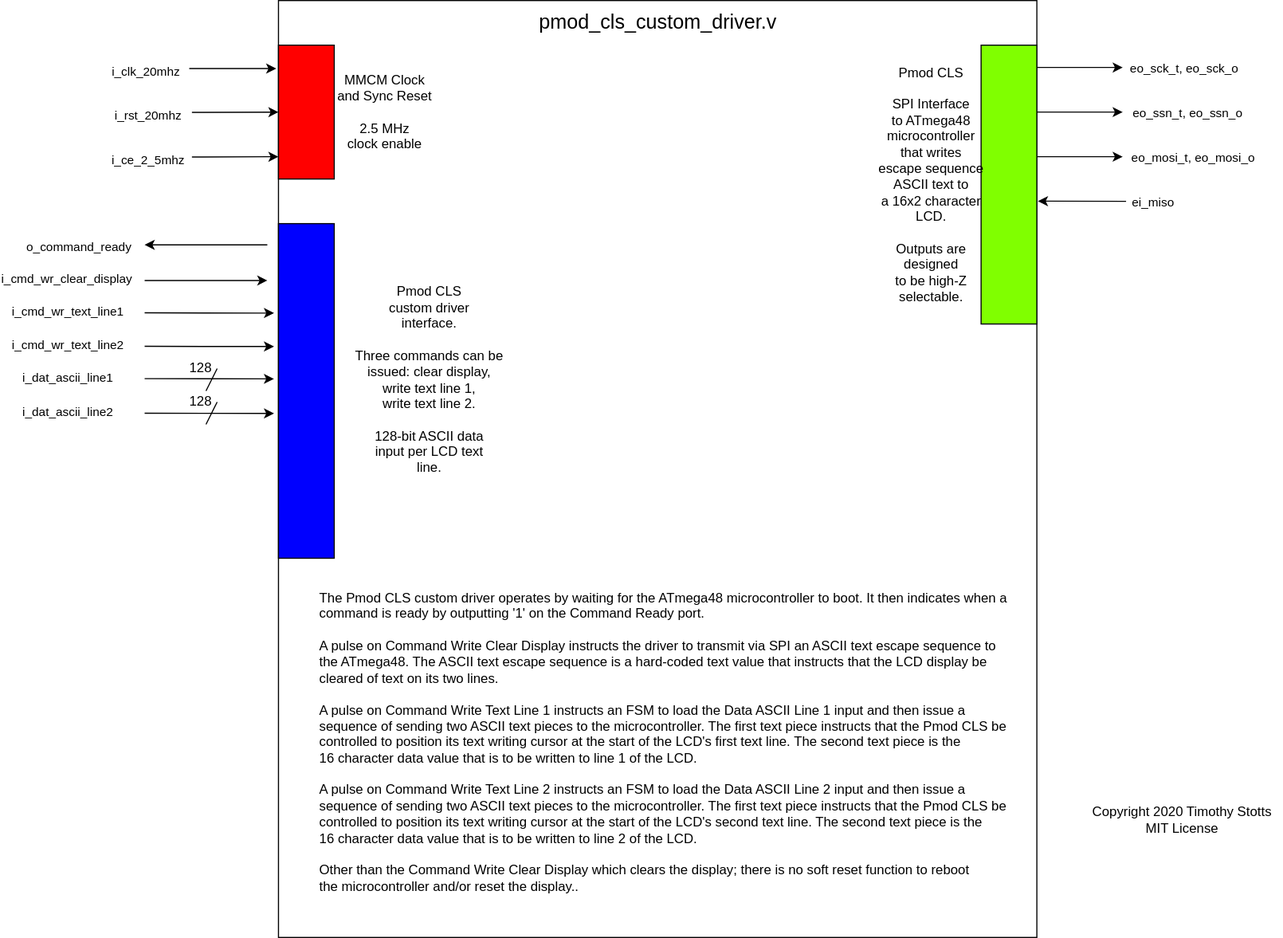
The draw.io diagram ACL-Tester-Design-Documents/ACL-Tester-Design-Diagrams-CLS-ports.svg in timothystotts/fpga-serial-acl-tester-1, before a commit. Source tidied: cells renumbered, new cells last; positions are measured from the earlier drawing's top-left corner, leaving out a move shared by most shapes.
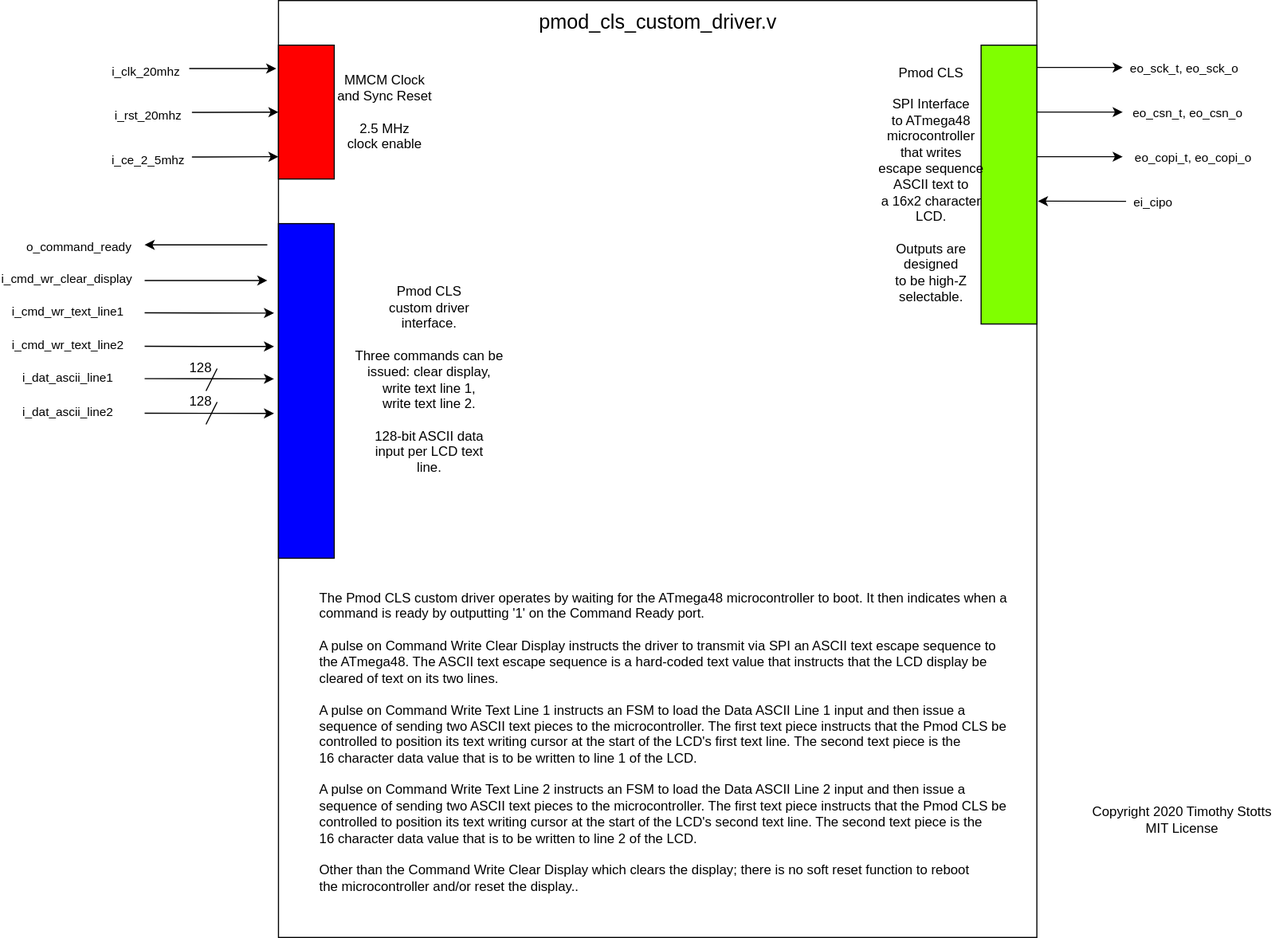
Later version of the same file.

Commit message:
ACL Tester Design Diagrams was updated to Revision 2B with a change to SPI port names to a newer naming convention that does not use obsolete and offensive standard industry terms.

Diff of the diagram source:
```diff
@@ -56,7 +56,7 @@
         <mxPoint x="877" y="100" as="targetPoint" />
       </mxGeometry>
     </mxCell>
-    <mxCell id="14" value="eo_ssn_t, eo_ssn_o" style="edgeLabel;html=1;align=center;verticalAlign=middle;" parent="13" vertex="1">
+    <mxCell id="14" value="eo_csn_t, eo_csn_o" style="edgeLabel;html=1;align=center;verticalAlign=middle;" parent="13" vertex="1">
       <mxGeometry x="0.44" y="-2" relative="1" as="geometry">
         <mxPoint x="80" y="-2" as="offset" />
       </mxGeometry>
@@ -67,7 +67,7 @@
         <mxPoint x="877" y="140" as="targetPoint" />
       </mxGeometry>
     </mxCell>
-    <mxCell id="16" value="eo_mosi_t, eo_mosi_o" style="edgeLabel;html=1;align=center;verticalAlign=middle;" parent="15" vertex="1">
+    <mxCell id="16" value="eo_copi_t, eo_copi_o" style="edgeLabel;html=1;align=center;verticalAlign=middle;" parent="15" vertex="1">
       <mxGeometry x="0.44" y="-2" relative="1" as="geometry">
         <mxPoint x="85" y="-2" as="offset" />
       </mxGeometry>
@@ -78,7 +78,7 @@
         <mxPoint x="801" y="179.8" as="targetPoint" />
       </mxGeometry>
     </mxCell>
-    <mxCell id="18" value="ei_miso" style="edgeLabel;html=1;align=center;verticalAlign=middle;" parent="17" vertex="1">
+    <mxCell id="18" value="ei_cipo" style="edgeLabel;html=1;align=center;verticalAlign=middle;" parent="17" vertex="1">
       <mxGeometry x="-0.56" y="1" relative="1" as="geometry">
         <mxPoint x="41" as="offset" />
       </mxGeometry>
```
